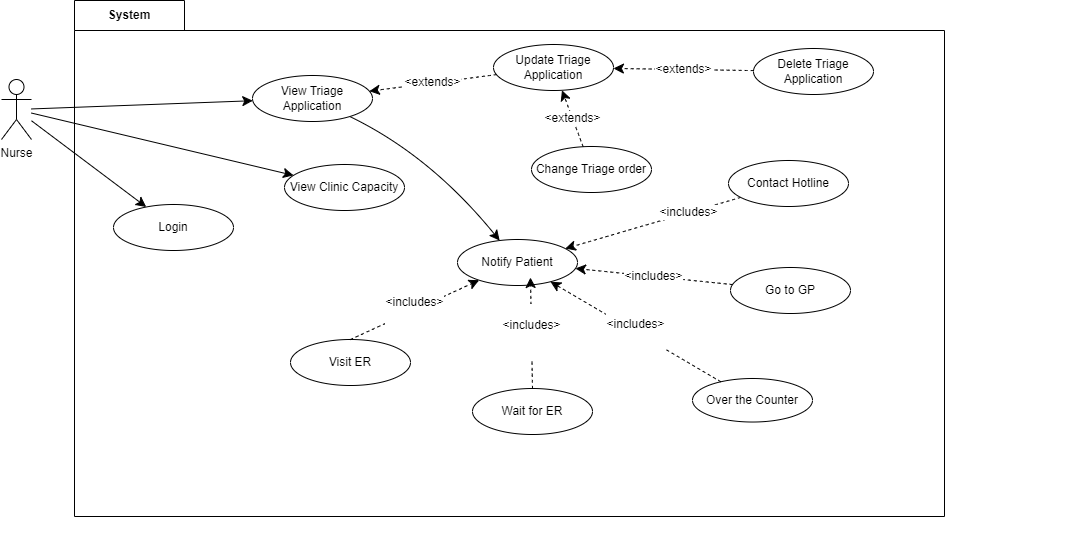
Before: useCaseDiagrams/NurseUseCaseDiagram.drawio.png, a diagram exported from draw.io (SENG-350-2024-fall/Team5). Source tidied: cells renumbered, new cells last; positions are measured from the earlier drawing's top-left corner, leaving out a move shared by most shapes. The source it was exported from:
```xml
<mxGraphModel>
  <root>
    <mxCell id="0" />
    <mxCell id="1" parent="0" />
    <mxCell id="2" value="System" style="shape=folder;fontStyle=1;tabWidth=110;tabHeight=30;tabPosition=left;html=1;boundedLbl=1;labelInHeader=1;whiteSpace=wrap;" parent="1" vertex="1">
      <mxGeometry x="73" width="870" height="516" as="geometry" />
    </mxCell>
    <mxCell id="3" value="&lt;div&gt;&lt;br&gt;&lt;/div&gt;&lt;div&gt;&lt;br&gt;&lt;/div&gt;" style="html=1;strokeColor=none;fillColor=none;whiteSpace=wrap;" parent="2" vertex="1">
      <mxGeometry width="1000" height="506.1" relative="1" as="geometry">
        <mxPoint y="30" as="offset" />
      </mxGeometry>
    </mxCell>
    <mxCell id="4" value="Delete Triage Application" style="ellipse;whiteSpace=wrap;html=1;" parent="2" vertex="1">
      <mxGeometry x="679" y="48" width="120" height="46" as="geometry" />
    </mxCell>
    <mxCell id="5" value="Change Triage order" style="ellipse;whiteSpace=wrap;html=1;" parent="2" vertex="1">
      <mxGeometry x="457" y="146" width="120" height="46" as="geometry" />
    </mxCell>
    <mxCell id="6" value="Update Triage&lt;div&gt;Application&lt;/div&gt;" style="ellipse;whiteSpace=wrap;html=1;" parent="2" vertex="1">
      <mxGeometry x="419" y="44" width="120" height="46" as="geometry" />
    </mxCell>
    <mxCell id="7" value="&amp;lt;extends&amp;gt;" style="edgeStyle=none;curved=1;rounded=0;jettySize=auto;html=1;fontSize=12;startSize=8;endSize=8;dashed=1;" parent="2" edge="1" source="4" target="6">
      <mxGeometry relative="1" as="geometry" />
    </mxCell>
    <mxCell id="8" value="&amp;lt;extends&amp;gt;" style="edgeStyle=none;curved=1;rounded=0;jettySize=auto;html=1;fontSize=12;startSize=8;endSize=8;dashed=1;" parent="2" edge="1" source="5" target="6">
      <mxGeometry relative="1" as="geometry" />
    </mxCell>
    <mxCell id="9" value="Visit ER" style="ellipse;whiteSpace=wrap;html=1;" parent="2" vertex="1">
      <mxGeometry x="216" y="339" width="120" height="46" as="geometry" />
    </mxCell>
    <mxCell id="10" value="Wait for ER" style="ellipse;whiteSpace=wrap;html=1;" parent="2" vertex="1">
      <mxGeometry x="398" y="388" width="120" height="46" as="geometry" />
    </mxCell>
    <mxCell id="11" value="Over the Counter" style="ellipse;whiteSpace=wrap;html=1;" parent="2" vertex="1">
      <mxGeometry x="618" y="378" width="120" height="43.5" as="geometry" />
    </mxCell>
    <mxCell id="12" value="Login" style="ellipse;whiteSpace=wrap;html=1;" parent="2" vertex="1">
      <mxGeometry x="39" y="204" width="120" height="46" as="geometry" />
    </mxCell>
    <mxCell id="13" style="edgeStyle=none;curved=1;rounded=0;jettySize=auto;html=1;fontSize=12;startSize=8;endSize=8;" parent="1" edge="1" source="16" target="12">
      <mxGeometry relative="1" as="geometry" />
    </mxCell>
    <mxCell id="14" style="edgeStyle=none;curved=1;rounded=0;jettySize=auto;html=1;fontSize=12;startSize=8;endSize=8;" parent="1" edge="1" source="16" target="17">
      <mxGeometry relative="1" as="geometry" />
    </mxCell>
    <mxCell id="15" style="edgeStyle=none;curved=1;rounded=0;jettySize=auto;html=1;fontSize=12;startSize=8;endSize=8;" parent="1" edge="1" source="16" target="19">
      <mxGeometry relative="1" as="geometry" />
    </mxCell>
    <mxCell id="16" value="&lt;div&gt;Nurse&lt;/div&gt;" style="shape=umlActor;verticalLabelPosition=bottom;verticalAlign=top;html=1;outlineConnect=0;" parent="1" vertex="1">
      <mxGeometry y="79" width="30" height="60" as="geometry" />
    </mxCell>
    <mxCell id="17" value="View Clinic Capacity" style="ellipse;whiteSpace=wrap;html=1;" parent="1" vertex="1">
      <mxGeometry x="283" y="164" width="120" height="46" as="geometry" />
    </mxCell>
    <mxCell id="18" style="edgeStyle=none;curved=1;rounded=0;jettySize=auto;html=1;fontSize=12;startSize=8;endSize=8;" parent="1" edge="1" source="19" target="20">
      <mxGeometry relative="1" as="geometry">
        <Array as="points">
          <mxPoint x="429" y="155" />
        </Array>
      </mxGeometry>
    </mxCell>
    <mxCell id="19" value="View Triage Application" style="ellipse;whiteSpace=wrap;html=1;" parent="1" vertex="1">
      <mxGeometry x="251" y="75" width="120" height="46" as="geometry" />
    </mxCell>
    <mxCell id="20" value="Notify Patient" style="ellipse;whiteSpace=wrap;html=1;" parent="1" vertex="1">
      <mxGeometry x="456" y="239" width="120" height="46" as="geometry" />
    </mxCell>
    <mxCell id="21" value="&#10;&lt;span style=&quot;color: rgb(0, 0, 0); font-family: Helvetica; font-size: 12px; font-style: normal; font-variant-ligatures: normal; font-variant-caps: normal; font-weight: 400; letter-spacing: normal; orphans: 2; text-align: center; text-indent: 0px; text-transform: none; widows: 2; word-spacing: 0px; -webkit-text-stroke-width: 0px; white-space: nowrap; background-color: rgb(255, 255, 255); text-decoration-thickness: initial; text-decoration-style: initial; text-decoration-color: initial; display: inline !important; float: none;&quot;&gt;&amp;lt;includes&amp;gt;&lt;/span&gt;&#10;&#10;" style="edgeStyle=none;curved=1;rounded=0;jettySize=auto;html=1;fontSize=12;startSize=8;endSize=8;dashed=1;exitX=0.5;exitY=0;exitDx=0;exitDy=0;" parent="1" edge="1" source="9" target="20">
      <mxGeometry relative="1" as="geometry" />
    </mxCell>
    <mxCell id="22" value="&#10;&lt;span style=&quot;color: rgb(0, 0, 0); font-family: Helvetica; font-size: 12px; font-style: normal; font-variant-ligatures: normal; font-variant-caps: normal; font-weight: 400; letter-spacing: normal; orphans: 2; text-align: center; text-indent: 0px; text-transform: none; widows: 2; word-spacing: 0px; -webkit-text-stroke-width: 0px; white-space: nowrap; background-color: rgb(255, 255, 255); text-decoration-thickness: initial; text-decoration-style: initial; text-decoration-color: initial; display: inline !important; float: none;&quot;&gt;&amp;lt;includes&amp;gt;&lt;/span&gt;&#10;&#10;" style="rounded=0;jettySize=auto;html=1;fontSize=12;startSize=8;endSize=8;dashed=1;" parent="1" edge="1" source="11" target="20">
      <mxGeometry relative="1" as="geometry" />
    </mxCell>
    <mxCell id="23" style="edgeStyle=none;curved=1;rounded=0;jettySize=auto;html=1;fontSize=12;startSize=8;endSize=8;dashed=1;" parent="1" edge="1" source="25" target="20">
      <mxGeometry relative="1" as="geometry" />
    </mxCell>
    <mxCell id="24" value="&amp;lt;includes&amp;gt;" style="edgeLabel;html=1;align=center;verticalAlign=middle;fontSize=12;" parent="23" vertex="1">
      <mxGeometry x="-0.4" y="-1" relative="1" as="geometry" />
    </mxCell>
    <mxCell id="25" value="Contact Hotline" style="ellipse;whiteSpace=wrap;html=1;" parent="1" vertex="1">
      <mxGeometry x="727" y="160" width="120" height="46" as="geometry" />
    </mxCell>
    <mxCell id="26" value="&amp;lt;includes&amp;gt;" style="edgeStyle=none;curved=1;rounded=0;jettySize=auto;html=1;fontSize=12;startSize=8;endSize=8;dashed=1;" parent="1" edge="1" source="27" target="20">
      <mxGeometry relative="1" as="geometry" />
    </mxCell>
    <mxCell id="27" value="Go to GP" style="ellipse;whiteSpace=wrap;html=1;" parent="1" vertex="1">
      <mxGeometry x="729" y="267" width="120" height="46" as="geometry" />
    </mxCell>
    <mxCell id="28" value="&#10;&lt;span style=&quot;color: rgb(0, 0, 0); font-family: Helvetica; font-size: 12px; font-style: normal; font-variant-ligatures: normal; font-variant-caps: normal; font-weight: 400; letter-spacing: normal; orphans: 2; text-align: center; text-indent: 0px; text-transform: none; widows: 2; word-spacing: 0px; -webkit-text-stroke-width: 0px; white-space: nowrap; background-color: rgb(255, 255, 255); text-decoration-thickness: initial; text-decoration-style: initial; text-decoration-color: initial; display: inline !important; float: none;&quot;&gt;&amp;lt;includes&amp;gt;&lt;/span&gt;&#10;&#10;" style="edgeStyle=none;curved=1;rounded=0;jettySize=auto;html=1;entryX=0.608;entryY=0.826;entryDx=0;entryDy=0;entryPerimeter=0;fontSize=12;startSize=8;endSize=8;dashed=1;exitX=0.5;exitY=0;exitDx=0;exitDy=0;" parent="1" edge="1" source="10" target="20">
      <mxGeometry relative="1" as="geometry" />
    </mxCell>
    <mxCell id="29" value="&amp;lt;extends&amp;gt;" style="edgeStyle=none;curved=1;rounded=0;jettySize=auto;html=1;fontSize=12;startSize=8;endSize=8;dashed=1;" parent="1" edge="1" source="6" target="19">
      <mxGeometry relative="1" as="geometry" />
    </mxCell>
    <mxCell id="30" style="edgeStyle=orthogonalEdgeStyle;rounded=0;orthogonalLoop=1;jettySize=auto;html=1;exitX=0.5;exitY=1;exitDx=0;exitDy=0;exitPerimeter=0;" parent="1" edge="1" source="2" target="2">
      <mxGeometry relative="1" as="geometry" />
    </mxCell>
  </root>
</mxGraphModel>
```
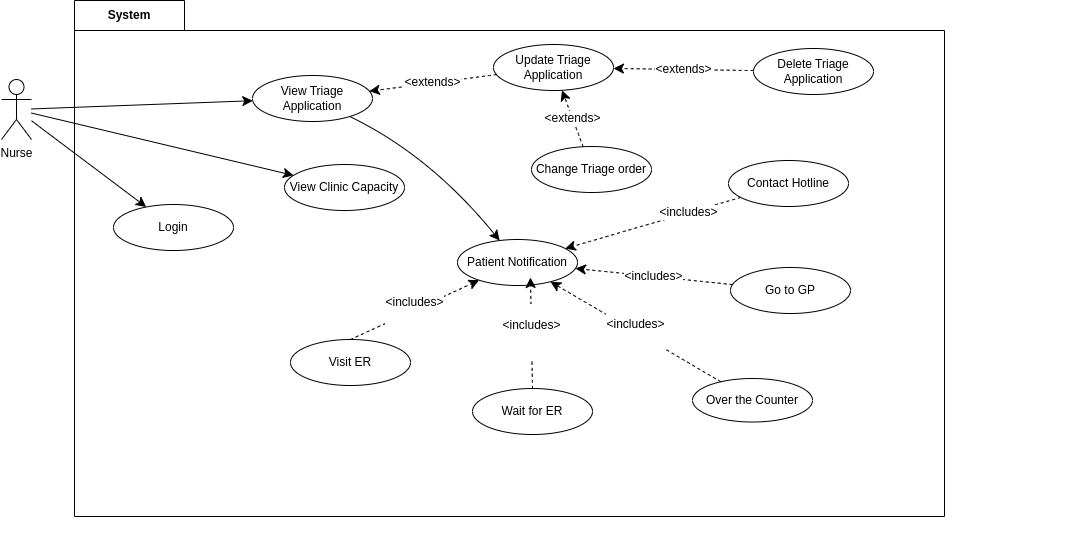
Above is the later version.

Change to the diagram source:
```diff
@@ -62,7 +62,7 @@
     <mxCell id="19" value="View Triage Application" style="ellipse;whiteSpace=wrap;html=1;" parent="1" vertex="1">
       <mxGeometry x="251" y="75" width="120" height="46" as="geometry" />
     </mxCell>
-    <mxCell id="20" value="Notify Patient" style="ellipse;whiteSpace=wrap;html=1;" parent="1" vertex="1">
+    <mxCell id="20" value="Patient Notification" style="ellipse;whiteSpace=wrap;html=1;" parent="1" vertex="1">
       <mxGeometry x="456" y="239" width="120" height="46" as="geometry" />
     </mxCell>
     <mxCell id="21" value="&#10;&lt;span style=&quot;color: rgb(0, 0, 0); font-family: Helvetica; font-size: 12px; font-style: normal; font-variant-ligatures: normal; font-variant-caps: normal; font-weight: 400; letter-spacing: normal; orphans: 2; text-align: center; text-indent: 0px; text-transform: none; widows: 2; word-spacing: 0px; -webkit-text-stroke-width: 0px; white-space: nowrap; background-color: rgb(255, 255, 255); text-decoration-thickness: initial; text-decoration-style: initial; text-decoration-color: initial; display: inline !important; float: none;&quot;&gt;&amp;lt;includes&amp;gt;&lt;/span&gt;&#10;&#10;" style="edgeStyle=none;curved=1;rounded=0;jettySize=auto;html=1;fontSize=12;startSize=8;endSize=8;dashed=1;exitX=0.5;exitY=0;exitDx=0;exitDy=0;" parent="1" edge="1" source="9" target="20">
```
